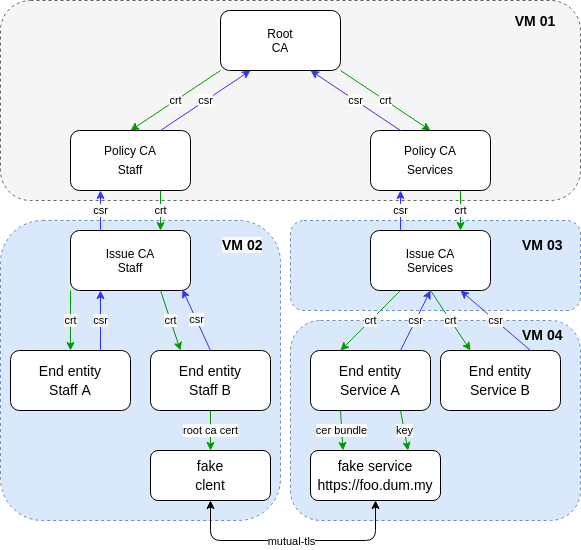
The draw.io diagram docs/pki-tree.png in OlafRadicke/play_pki_ca_with_ansible, before a commit. Source tidied: cells renumbered, new cells last; positions are measured from the earlier drawing's top-left corner, leaving out a move shared by most shapes. The source it was exported from:
```xml
<mxGraphModel>
  <root>
    <mxCell id="0" />
    <mxCell id="1" parent="0" />
    <mxCell id="2" style="rounded=1;whiteSpace=wrap;html=1;dashed=1;fillColor=#dae8fc;strokeColor=#6c8ebf;" parent="1" vertex="1">
      <mxGeometry x="290" y="320" width="290" height="200" as="geometry" />
    </mxCell>
    <mxCell id="3" style="rounded=1;whiteSpace=wrap;html=1;dashed=1;fillColor=#dae8fc;strokeColor=#6c8ebf;" parent="1" vertex="1">
      <mxGeometry y="220" width="280" height="300" as="geometry" />
    </mxCell>
    <mxCell id="4" style="rounded=1;whiteSpace=wrap;html=1;dashed=1;fillColor=#dae8fc;strokeColor=#6c8ebf;" parent="1" vertex="1">
      <mxGeometry x="290" y="220" width="290" height="90" as="geometry" />
    </mxCell>
    <mxCell id="5" style="rounded=1;whiteSpace=wrap;html=1;dashed=1;fillColor=#f5f5f5;strokeColor=#666666;fontColor=#333333;" parent="1" vertex="1">
      <mxGeometry width="580" height="200" as="geometry" />
    </mxCell>
    <mxCell id="6" value="Root&lt;br&gt;CA" style="rounded=1;whiteSpace=wrap;html=1;" parent="1" vertex="1">
      <mxGeometry x="220" y="10" width="120" height="60" as="geometry" />
    </mxCell>
    <mxCell id="7" value="&lt;div style=&quot;line-height: 19px&quot;&gt;&lt;span style=&quot;background-color: rgb(255 , 255 , 255)&quot;&gt;Policy CA&lt;br&gt;Staff&lt;/span&gt;&lt;/div&gt;" style="rounded=1;whiteSpace=wrap;html=1;" parent="1" vertex="1">
      <mxGeometry x="70" y="130" width="120" height="60" as="geometry" />
    </mxCell>
    <mxCell id="8" value="&lt;div style=&quot;line-height: 19px&quot;&gt;&lt;span style=&quot;background-color: rgb(255 , 255 , 255)&quot;&gt;Policy CA&lt;br&gt;Services&lt;/span&gt;&lt;/div&gt;" style="rounded=1;whiteSpace=wrap;html=1;" parent="1" vertex="1">
      <mxGeometry x="370" y="130" width="120" height="60" as="geometry" />
    </mxCell>
    <mxCell id="9" value="&lt;div style=&quot;font-size: 14px ; line-height: 19px&quot;&gt;&lt;span style=&quot;background-color: rgb(255 , 255 , 255)&quot;&gt;End entity&lt;br&gt;Staff A&lt;/span&gt;&lt;/div&gt;" style="rounded=1;whiteSpace=wrap;html=1;" parent="1" vertex="1">
      <mxGeometry x="10" y="350" width="120" height="60" as="geometry" />
    </mxCell>
    <mxCell id="10" value="&lt;div style=&quot;font-size: 14px ; line-height: 19px&quot;&gt;&lt;span style=&quot;background-color: rgb(255 , 255 , 255)&quot;&gt;End entity&lt;br&gt;Staff B&lt;/span&gt;&lt;/div&gt;" style="rounded=1;whiteSpace=wrap;html=1;" parent="1" vertex="1">
      <mxGeometry x="150" y="350" width="120" height="60" as="geometry" />
    </mxCell>
    <mxCell id="11" value="&lt;div style=&quot;font-size: 14px ; line-height: 19px&quot;&gt;&lt;span style=&quot;background-color: rgb(255 , 255 , 255)&quot;&gt;End entity&lt;br&gt;Service A&lt;/span&gt;&lt;/div&gt;" style="rounded=1;whiteSpace=wrap;html=1;" parent="1" vertex="1">
      <mxGeometry x="310" y="350" width="120" height="60" as="geometry" />
    </mxCell>
    <mxCell id="12" value="&lt;div style=&quot;font-size: 14px ; line-height: 19px&quot;&gt;&lt;span style=&quot;background-color: rgb(255 , 255 , 255)&quot;&gt;End entity&lt;br&gt;Service B&lt;/span&gt;&lt;/div&gt;" style="rounded=1;whiteSpace=wrap;html=1;" parent="1" vertex="1">
      <mxGeometry x="440" y="350" width="120" height="60" as="geometry" />
    </mxCell>
    <mxCell id="13" value="crt" style="endArrow=classic;html=1;entryX=0.25;entryY=0;entryDx=0;entryDy=0;exitX=0.25;exitY=1;exitDx=0;exitDy=0;strokeColor=#009900;" parent="1" edge="1" source="14" target="11">
      <mxGeometry relative="1" as="geometry" />
    </mxCell>
    <mxCell id="14" value="Issue CA&lt;br&gt;Services" style="rounded=1;whiteSpace=wrap;html=1;" parent="1" vertex="1">
      <mxGeometry x="370" y="230" width="120" height="60" as="geometry" />
    </mxCell>
    <mxCell id="15" value="Issue CA&lt;br&gt;Staff" style="rounded=1;whiteSpace=wrap;html=1;" parent="1" vertex="1">
      <mxGeometry x="70" y="230" width="120" height="60" as="geometry" />
    </mxCell>
    <mxCell id="16" value="&lt;font style=&quot;font-size: 14px&quot;&gt;&lt;b&gt;VM 01&lt;/b&gt;&lt;/font&gt;" style="text;html=1;strokeColor=none;fillColor=none;align=center;verticalAlign=middle;whiteSpace=wrap;rounded=0;dashed=1;" parent="1" vertex="1">
      <mxGeometry x="500" y="10" width="70" height="20" as="geometry" />
    </mxCell>
    <mxCell id="17" value="&lt;b style=&quot;color: rgb(0 , 0 , 0) ; font-family: &amp;#34;helvetica&amp;#34; ; font-size: 14px ; font-style: normal ; letter-spacing: normal ; text-align: center ; text-indent: 0px ; text-transform: none ; word-spacing: 0px ; background-color: rgb(248 , 249 , 250)&quot;&gt;VM 02&lt;/b&gt;" style="text;whiteSpace=wrap;html=1;" parent="1" vertex="1">
      <mxGeometry x="220" y="230" width="70" height="30" as="geometry" />
    </mxCell>
    <mxCell id="18" value="&lt;div style=&quot;text-align: center&quot;&gt;&lt;font face=&quot;helvetica&quot;&gt;&lt;span style=&quot;font-size: 14px&quot;&gt;&lt;b&gt;VM 03&lt;/b&gt;&lt;/span&gt;&lt;/font&gt;&lt;/div&gt;" style="text;whiteSpace=wrap;html=1;" parent="1" vertex="1">
      <mxGeometry x="520" y="230" width="50" height="30" as="geometry" />
    </mxCell>
    <mxCell id="19" value="&lt;div style=&quot;text-align: center&quot;&gt;&lt;font face=&quot;helvetica&quot;&gt;&lt;span style=&quot;font-size: 14px&quot;&gt;&lt;b&gt;VM 04&lt;/b&gt;&lt;/span&gt;&lt;/font&gt;&lt;/div&gt;" style="text;whiteSpace=wrap;html=1;" parent="1" vertex="1">
      <mxGeometry x="520" y="320" width="50" height="30" as="geometry" />
    </mxCell>
    <mxCell id="20" value="csr" style="endArrow=classic;html=1;entryX=0.75;entryY=1;entryDx=0;entryDy=0;exitX=0.75;exitY=0;exitDx=0;exitDy=0;strokeColor=#3333FF;" parent="1" edge="1" source="12" target="14">
      <mxGeometry relative="1" as="geometry" />
    </mxCell>
    <mxCell id="21" value="crt" style="endArrow=classic;html=1;entryX=0.25;entryY=0;entryDx=0;entryDy=0;exitX=0.5;exitY=1;exitDx=0;exitDy=0;strokeColor=#009900;" parent="1" edge="1" source="14" target="12">
      <mxGeometry relative="1" as="geometry" />
    </mxCell>
    <mxCell id="22" value="csr" style="endArrow=classic;html=1;exitX=0.75;exitY=0;exitDx=0;exitDy=0;entryX=0.5;entryY=1;entryDx=0;entryDy=0;strokeColor=#3333FF;" parent="1" edge="1" source="11" target="14">
      <mxGeometry relative="1" as="geometry" />
    </mxCell>
    <mxCell id="23" value="crt" style="endArrow=classic;html=1;entryX=0.75;entryY=0;entryDx=0;entryDy=0;exitX=0.75;exitY=1;exitDx=0;exitDy=0;strokeColor=#009900;" parent="1" edge="1" source="8" target="14">
      <mxGeometry relative="1" as="geometry" />
    </mxCell>
    <mxCell id="24" value="csr" style="endArrow=classic;html=1;entryX=0.25;entryY=1;entryDx=0;entryDy=0;exitX=0.25;exitY=0;exitDx=0;exitDy=0;strokeColor=#3333FF;" parent="1" edge="1" source="14" target="8">
      <mxGeometry relative="1" as="geometry" />
    </mxCell>
    <mxCell id="25" value="csr" style="endArrow=classic;html=1;entryX=0.75;entryY=1;entryDx=0;entryDy=0;exitX=0.25;exitY=0;exitDx=0;exitDy=0;strokeColor=#3333FF;" parent="1" edge="1" source="8" target="6">
      <mxGeometry relative="1" as="geometry" />
    </mxCell>
    <mxCell id="26" value="crt" style="endArrow=classic;html=1;entryX=0.5;entryY=0;entryDx=0;entryDy=0;strokeColor=#009900;exitX=0;exitY=1;exitDx=0;exitDy=0;" parent="1" edge="1" source="6" target="7">
      <mxGeometry relative="1" as="geometry" />
    </mxCell>
    <mxCell id="27" value="&lt;div style=&quot;font-size: 14px ; line-height: 19px&quot;&gt;&lt;span style=&quot;background-color: rgb(255 , 255 , 255)&quot;&gt;fake service&lt;/span&gt;&lt;/div&gt;&lt;div style=&quot;font-size: 14px ; line-height: 19px&quot;&gt;&lt;span style=&quot;background-color: rgb(255 , 255 , 255)&quot;&gt;https://foo.dum.my&lt;/span&gt;&lt;/div&gt;" style="rounded=1;whiteSpace=wrap;html=1;" parent="1" vertex="1">
      <mxGeometry x="310" y="450" width="130" height="50" as="geometry" />
    </mxCell>
    <mxCell id="28" value="&lt;div style=&quot;font-size: 14px ; line-height: 19px&quot;&gt;&lt;span style=&quot;background-color: rgb(255 , 255 , 255)&quot;&gt;fake&lt;/span&gt;&lt;/div&gt;&lt;div style=&quot;font-size: 14px ; line-height: 19px&quot;&gt;&lt;span style=&quot;background-color: rgb(255 , 255 , 255)&quot;&gt;clent&lt;/span&gt;&lt;/div&gt;" style="rounded=1;whiteSpace=wrap;html=1;" parent="1" vertex="1">
      <mxGeometry x="150" y="450" width="120" height="50" as="geometry" />
    </mxCell>
    <mxCell id="29" style="edgeStyle=elbowEdgeStyle;elbow=vertical;endArrow=classic;html=1;exitX=0.5;exitY=1;exitDx=0;exitDy=0;entryX=0.5;entryY=1;entryDx=0;entryDy=0;startArrow=classic;startFill=1;" parent="1" edge="1" source="28" target="27">
      <mxGeometry relative="1" as="geometry">
        <Array as="points">
          <mxPoint x="430" y="540" />
        </Array>
      </mxGeometry>
    </mxCell>
    <mxCell id="30" value="mutual-tls" style="edgeLabel;html=1;align=center;verticalAlign=middle;" parent="29" vertex="1">
      <mxGeometry x="0.16" y="-3" relative="1" as="geometry">
        <mxPoint x="-23" y="-3" as="offset" />
      </mxGeometry>
    </mxCell>
    <mxCell id="31" value="cer bundle" style="endArrow=classic;html=1;entryX=0.25;entryY=0;entryDx=0;entryDy=0;exitX=0.25;exitY=1;exitDx=0;exitDy=0;strokeColor=#009900;" parent="1" edge="1" source="11" target="27">
      <mxGeometry relative="1" as="geometry" />
    </mxCell>
    <mxCell id="32" value="key" style="endArrow=classic;html=1;exitX=0.75;exitY=1;exitDx=0;exitDy=0;strokeColor=#009900;entryX=0.75;entryY=0;entryDx=0;entryDy=0;" parent="1" edge="1" source="11" target="27">
      <mxGeometry relative="1" as="geometry" />
    </mxCell>
    <mxCell id="33" value="root ca cert" style="endArrow=classic;html=1;exitX=0.5;exitY=1;exitDx=0;exitDy=0;strokeColor=#009900;entryX=0.5;entryY=0;entryDx=0;entryDy=0;" parent="1" edge="1" source="10" target="28">
      <mxGeometry relative="1" as="geometry" />
    </mxCell>
    <mxCell id="34" value="csr" style="endArrow=classic;html=1;entryX=0.25;entryY=1;entryDx=0;entryDy=0;exitX=0.75;exitY=0;exitDx=0;exitDy=0;strokeColor=#3333FF;" parent="1" edge="1" source="7" target="6">
      <mxGeometry relative="1" as="geometry" />
    </mxCell>
    <mxCell id="35" value="crt" style="endArrow=classic;html=1;entryX=0.5;entryY=0;entryDx=0;entryDy=0;strokeColor=#009900;exitX=1;exitY=1;exitDx=0;exitDy=0;" parent="1" edge="1" source="6" target="8">
      <mxGeometry relative="1" as="geometry" />
    </mxCell>
    <mxCell id="36" value="csr" style="endArrow=classic;html=1;entryX=0.25;entryY=1;entryDx=0;entryDy=0;exitX=0.25;exitY=0;exitDx=0;exitDy=0;strokeColor=#3333FF;" parent="1" edge="1" source="15" target="7">
      <mxGeometry relative="1" as="geometry" />
    </mxCell>
    <mxCell id="37" value="crt" style="endArrow=classic;html=1;entryX=0.75;entryY=0;entryDx=0;entryDy=0;exitX=0.75;exitY=1;exitDx=0;exitDy=0;strokeColor=#009900;" parent="1" edge="1" source="7" target="15">
      <mxGeometry relative="1" as="geometry" />
    </mxCell>
    <mxCell id="38" value="crt" style="endArrow=classic;html=1;entryX=0.25;entryY=0;entryDx=0;entryDy=0;exitX=0.75;exitY=1;exitDx=0;exitDy=0;strokeColor=#009900;" parent="1" edge="1" source="15" target="10">
      <mxGeometry relative="1" as="geometry" />
    </mxCell>
    <mxCell id="39" value="crt" style="endArrow=classic;html=1;entryX=0.5;entryY=0;entryDx=0;entryDy=0;strokeColor=#009900;exitX=0;exitY=1;exitDx=0;exitDy=0;" parent="1" edge="1" source="15" target="9">
      <mxGeometry relative="1" as="geometry" />
    </mxCell>
    <mxCell id="40" value="csr" style="endArrow=classic;html=1;exitX=0.75;exitY=0;exitDx=0;exitDy=0;entryX=0.25;entryY=1;entryDx=0;entryDy=0;strokeColor=#3333FF;" parent="1" edge="1" source="9" target="15">
      <mxGeometry relative="1" as="geometry" />
    </mxCell>
    <mxCell id="41" value="csr" style="endArrow=classic;html=1;exitX=0.5;exitY=0;exitDx=0;exitDy=0;strokeColor=#3333FF;entryX=0.933;entryY=0.983;entryDx=0;entryDy=0;entryPerimeter=0;" parent="1" edge="1" source="10" target="15">
      <mxGeometry relative="1" as="geometry" />
    </mxCell>
  </root>
</mxGraphModel>
```
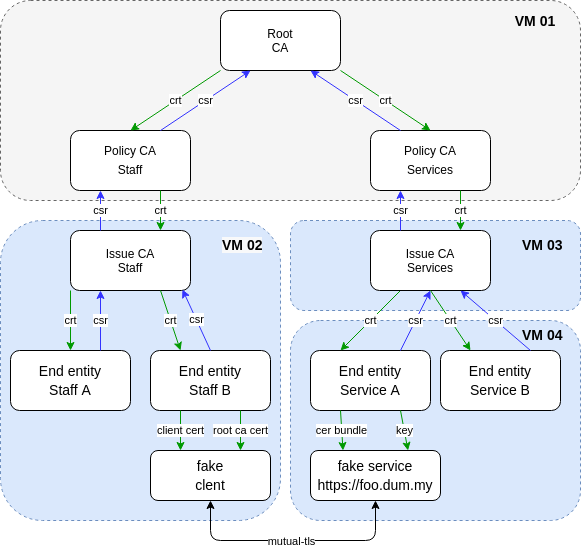
Above is the later version.

What changed in the source:
```diff
@@ -101,7 +101,7 @@
     <mxCell id="32" value="key" style="endArrow=classic;html=1;exitX=0.75;exitY=1;exitDx=0;exitDy=0;strokeColor=#009900;entryX=0.75;entryY=0;entryDx=0;entryDy=0;" parent="1" edge="1" source="11" target="27">
       <mxGeometry relative="1" as="geometry" />
     </mxCell>
-    <mxCell id="33" value="root ca cert" style="endArrow=classic;html=1;exitX=0.5;exitY=1;exitDx=0;exitDy=0;strokeColor=#009900;entryX=0.5;entryY=0;entryDx=0;entryDy=0;" parent="1" edge="1" source="10" target="28">
+    <mxCell id="33" value="root ca cert" style="endArrow=classic;html=1;strokeColor=#009900;entryX=0.75;entryY=0;entryDx=0;entryDy=0;exitX=0.75;exitY=1;exitDx=0;exitDy=0;" parent="1" edge="1" source="10" target="28">
       <mxGeometry relative="1" as="geometry" />
     </mxCell>
     <mxCell id="34" value="csr" style="endArrow=classic;html=1;entryX=0.25;entryY=1;entryDx=0;entryDy=0;exitX=0.75;exitY=0;exitDx=0;exitDy=0;strokeColor=#3333FF;" parent="1" edge="1" source="7" target="6">
@@ -128,5 +128,8 @@
     <mxCell id="41" value="csr" style="endArrow=classic;html=1;exitX=0.5;exitY=0;exitDx=0;exitDy=0;strokeColor=#3333FF;entryX=0.933;entryY=0.983;entryDx=0;entryDy=0;entryPerimeter=0;" parent="1" edge="1" source="10" target="15">
       <mxGeometry relative="1" as="geometry" />
     </mxCell>
+    <mxCell id="42" value="client cert" style="endArrow=classic;html=1;strokeColor=#009900;entryX=0.25;entryY=0;entryDx=0;entryDy=0;exitX=0.25;exitY=1;exitDx=0;exitDy=0;" parent="1" edge="1" source="10" target="28">
+      <mxGeometry relative="1" as="geometry" />
+    </mxCell>
   </root>
 </mxGraphModel>
```
